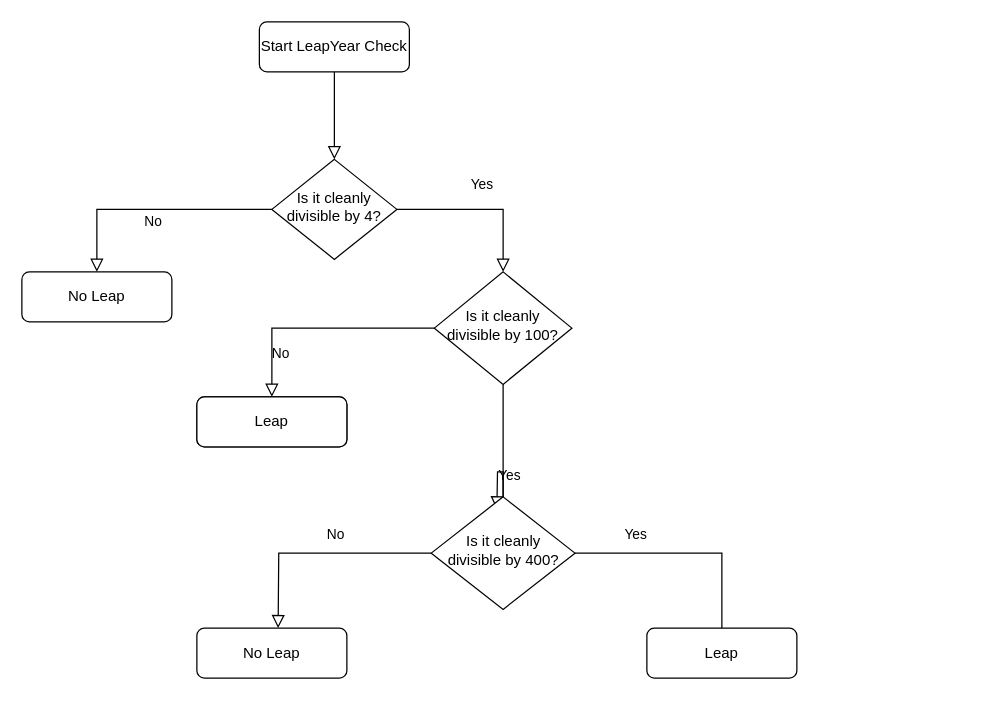
This is Untitled Diagram.drawio from MaDaTha/hello-world, a draw.io file, before an edit. Source tidied: cells renumbered, new cells numbered last; positions are measured from the earlier drawing's top-left corner, leaving out a move shared by most shapes. Both pictures are drawn from the tidied source at 125%, with x=0, y=0 at pixel (21, 21).
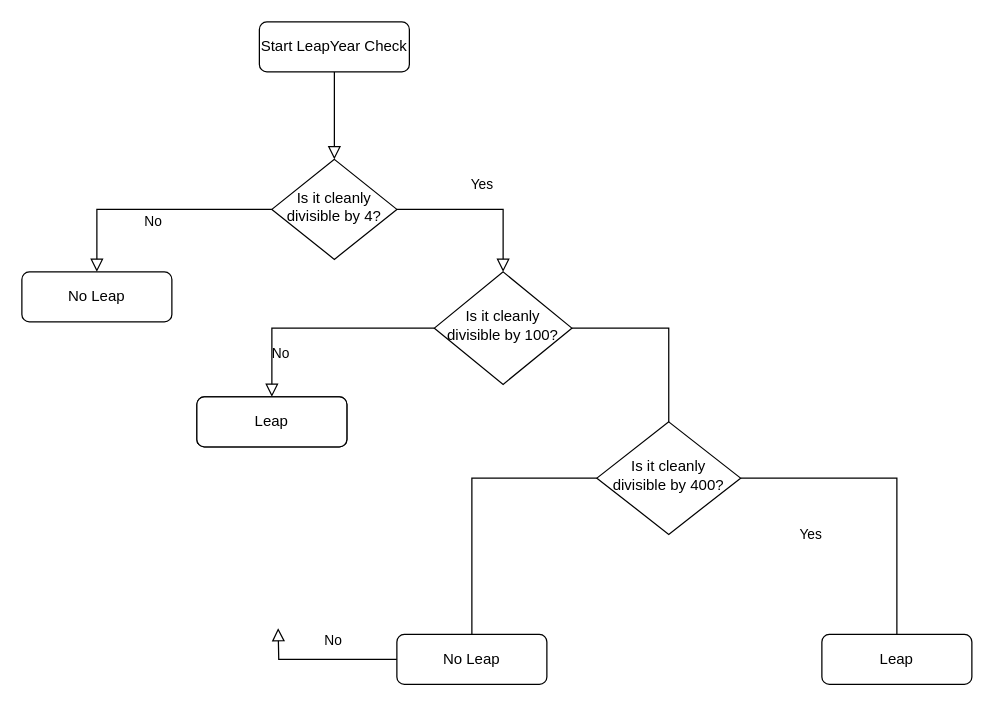
The same diagram, later.

Change to the diagram source:
```diff
@@
-    <mxCell id="9" value="Yes" style="edgeStyle=orthogonalEdgeStyle;rounded=0;html=1;jettySize=auto;fontSize=11;endArrow=block;endFill=0;endSize=8;strokeWidth=1;shadow=0;labelBackgroundColor=none;startArrow=none;" parent="1" edge="1" source="12">
-      <mxGeometry y="10" relative="1" as="geometry">
-        <mxPoint x="380" y="390" as="targetPoint" />
-      </mxGeometry>
-    </mxCell>
@@
     <mxCell id="12" value="Is it cleanly divisible by 400?" style="rhombus;whiteSpace=wrap;html=1;shadow=0;fontFamily=Helvetica;fontSize=12;align=center;strokeWidth=1;spacing=6;spacingTop=-4;" parent="1" vertex="1">
-      <mxGeometry x="327.5" y="380" width="115" height="90" as="geometry" />
+      <mxGeometry x="460" y="320" width="115" height="90" as="geometry" />
     </mxCell>
@@
-    <mxCell id="14" value="No" style="rounded=0;html=1;jettySize=auto;fontSize=11;endArrow=block;endFill=0;endSize=8;strokeWidth=1;shadow=0;labelBackgroundColor=none;edgeStyle=orthogonalEdgeStyle;exitX=0;exitY=0.5;exitDx=0;exitDy=0;" parent="1" edge="1" source="12">
+    <mxCell id="14" value="No" style="rounded=0;html=1;jettySize=auto;fontSize=11;endArrow=block;endFill=0;endSize=8;strokeWidth=1;shadow=0;labelBackgroundColor=none;edgeStyle=orthogonalEdgeStyle;exitX=0;exitY=0.5;exitDx=0;exitDy=0;startArrow=none;" parent="1" edge="1" source="16">
       <mxGeometry x="-0.15" y="-15" relative="1" as="geometry">
         <mxPoint x="205" y="485" as="targetPoint" />
       </mxGeometry>
     </mxCell>
@@
-    <mxCell id="16" value="No Leap" style="rounded=1;whiteSpace=wrap;html=1;fontSize=12;glass=0;strokeWidth=1;shadow=0;" parent="1" vertex="1">
-      <mxGeometry x="140" y="485" width="120" height="40" as="geometry" />
-    </mxCell>
     <mxCell id="17" value="Leap" style="rounded=1;whiteSpace=wrap;html=1;fontSize=12;glass=0;strokeWidth=1;shadow=0;" parent="1" vertex="1">
-      <mxGeometry x="500" y="485" width="120" height="40" as="geometry" />
+      <mxGeometry x="640" y="490" width="120" height="40" as="geometry" />
     </mxCell>
@@
+    <mxCell id="16" value="No Leap" style="rounded=1;whiteSpace=wrap;html=1;fontSize=12;glass=0;strokeWidth=1;shadow=0;" parent="1" vertex="1">
+      <mxGeometry x="300" y="490" width="120" height="40" as="geometry" />
+    </mxCell>
+    <mxCell id="20" style="rounded=0;html=1;jettySize=auto;fontSize=11;endArrow=none;endFill=0;endSize=8;strokeWidth=1;shadow=0;labelBackgroundColor=none;edgeStyle=orthogonalEdgeStyle;exitX=0;exitY=0.5;exitDx=0;exitDy=0;" parent="1" edge="1" source="12" target="16">
+      <mxGeometry x="-0.15" y="-15" relative="1" as="geometry" />
+    </mxCell>
```
